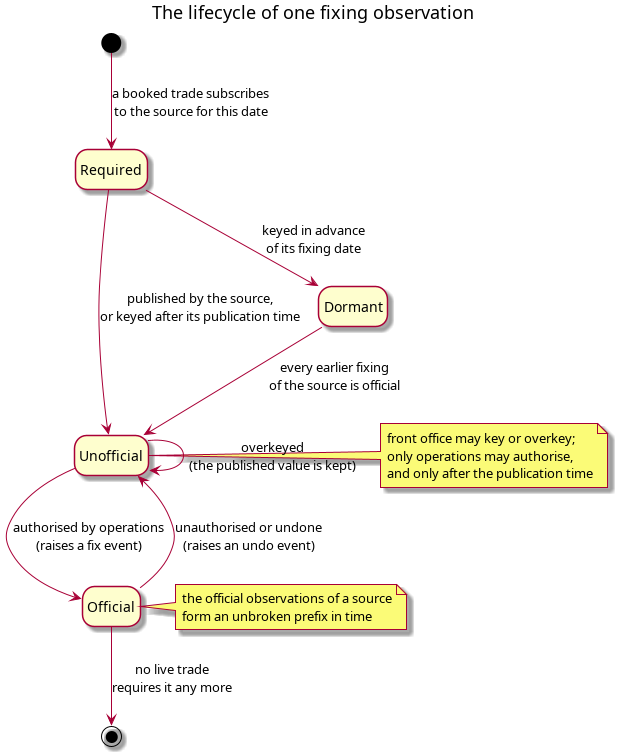
Before: doc/knowledge/domain/fixing_observation_lifecycle.png, a diagram exported from PlantUML (OreStudio/OreStudio). Its source is kept beside it as doc/knowledge/domain/fixing_observation_lifecycle.puml. The source it was exported from:
```plantuml
@startuml

title The lifecycle of one fixing observation

hide empty description

state "Required" as required
state "Dormant" as dormant
state "Unofficial" as unofficial
state "Official" as official

[*] --> required : a booked trade subscribes\nto the source for this date

required --> dormant : keyed in advance\nof its fixing date
dormant --> unofficial : every earlier fixing\nof the source is official

required --> unofficial : published by the source,\nor keyed after its publication time

unofficial --> unofficial : overkeyed\n(the published value is kept)

unofficial --> official : authorised by operations\n(raises a fix event)
official --> unofficial : unauthorised or undone\n(raises an undo event)

official --> [*] : no live trade\nrequires it any more

note right of unofficial
    front office may key or overkey;
    only operations may authorise,
    and only after the publication time
end note

note right of official
    the official observations of a source
    form an unbroken prefix in time
end note

@enduml
```
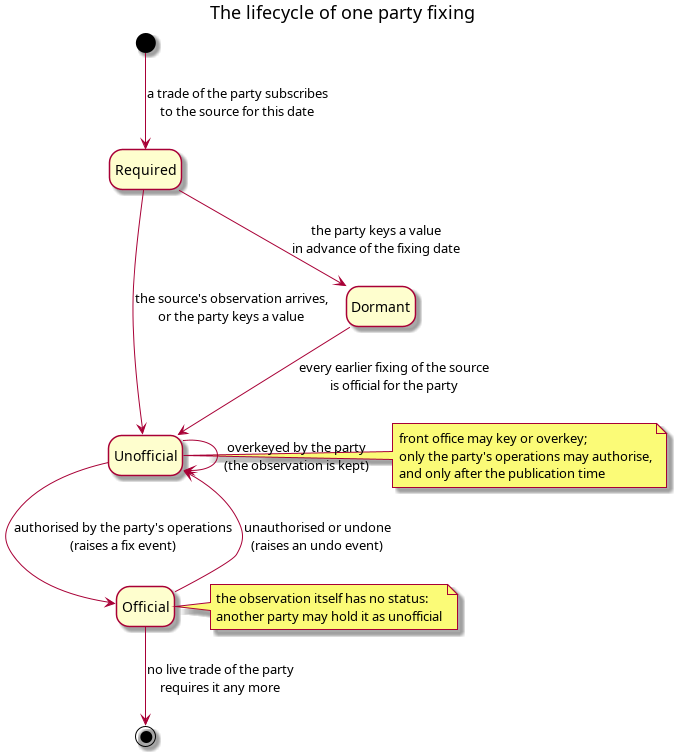
Later version of the same file.

What changed in the source:
```diff
@@ -1,6 +1,6 @@
 @startuml
 
-title The lifecycle of one fixing observation
+title The lifecycle of one party fixing
 
 hide empty description
 
@@ -9,29 +9,29 @@
 state "Unofficial" as unofficial
 state "Official" as official
 
-[*] --> required : a booked trade subscribes\nto the source for this date
+[*] --> required : a trade of the party subscribes\nto the source for this date
 
-required --> dormant : keyed in advance\nof its fixing date
-dormant --> unofficial : every earlier fixing\nof the source is official
+required --> dormant : the party keys a value\nin advance of the fixing date
+dormant --> unofficial : every earlier fixing of the source\nis official for the party
 
-required --> unofficial : published by the source,\nor keyed after its publication time
+required --> unofficial : the source's observation arrives,\nor the party keys a value
 
-unofficial --> unofficial : overkeyed\n(the published value is kept)
+unofficial --> unofficial : overkeyed by the party\n(the observation is kept)
 
-unofficial --> official : authorised by operations\n(raises a fix event)
+unofficial --> official : authorised by the party's operations\n(raises a fix event)
 official --> unofficial : unauthorised or undone\n(raises an undo event)
 
-official --> [*] : no live trade\nrequires it any more
+official --> [*] : no live trade of the party\nrequires it any more
 
 note right of unofficial
     front office may key or overkey;
-    only operations may authorise,
+    only the party's operations may authorise,
     and only after the publication time
 end note
 
 note right of official
-    the official observations of a source
-    form an unbroken prefix in time
+    the observation itself has no status:
+    another party may hold it as unofficial
 end note
 
 @enduml
```
